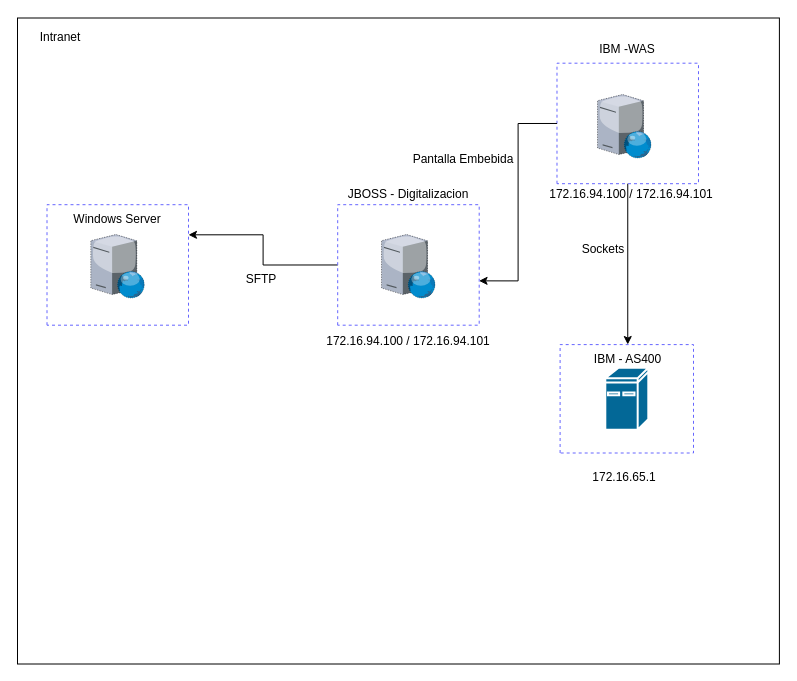
Above: ArquitecturaActual_GIBS.drawio in GonzaloDavid/diagramas (draw.io), before the change. Source tidied: cells renumbered, new cells numbered last; positions are measured from the earlier drawing's top-left corner, leaving out a move shared by most shapes. Both pictures are drawn from the tidied source at 100%, with x=0, y=0 at pixel (17, 17).
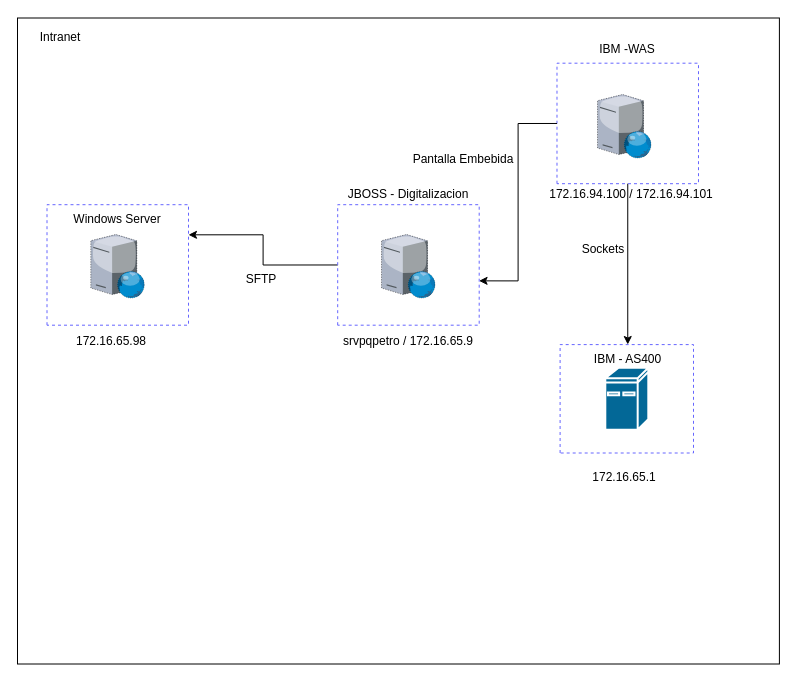
After the change.

What changed in the source:
```diff
@@
-    <mxCell id="23" value="&lt;div&gt;&lt;span&gt;&lt;span dir=&quot;ltr&quot; class=&quot;ui-provider a b c d e f g h i j k l m n o p q r s t u v w x y z ab ac ae af ag ah ai aj ak&quot;&gt;172.16.94.100 / 172.16.94.101&lt;/span&gt;&lt;/span&gt;&lt;br&gt;&lt;/div&gt;" style="text;html=1;strokeColor=none;fillColor=none;align=center;verticalAlign=middle;whiteSpace=wrap;rounded=0;glass=0;dashed=1;fillStyle=auto;" parent="1" vertex="1">
+    <mxCell id="23" value="&lt;div&gt;&lt;span&gt;&lt;span dir=&quot;ltr&quot; class=&quot;ui-provider a b c d e f g h i j k l m n o p q r s t u v w x y z ab ac ae af ag ah ai aj ak&quot;&gt;srvpqpetro / 172.16.65.9&lt;/span&gt;&lt;/span&gt;&lt;br&gt;&lt;/div&gt;" style="text;html=1;strokeColor=none;fillColor=none;align=center;verticalAlign=middle;whiteSpace=wrap;rounded=0;glass=0;dashed=1;fillStyle=auto;" parent="1" vertex="1">
       <mxGeometry x="297.2" y="308.5" width="187.6" height="30" as="geometry" />
     </mxCell>
@@
+    <mxCell id="26" value="&lt;div&gt;&lt;span&gt;&lt;span dir=&quot;ltr&quot; class=&quot;ui-provider a b c d e f g h i j k l m n o p q r s t u v w x y z ab ac ae af ag ah ai aj ak&quot;&gt;172.16.65.98&lt;/span&gt;&lt;/span&gt;&lt;br&gt;&lt;/div&gt;" style="text;html=1;strokeColor=none;fillColor=none;align=center;verticalAlign=middle;whiteSpace=wrap;rounded=0;glass=0;dashed=1;fillStyle=auto;" parent="1" vertex="1">
+      <mxGeometry y="308.5" width="187.6" height="30" as="geometry" />
+    </mxCell>
```
